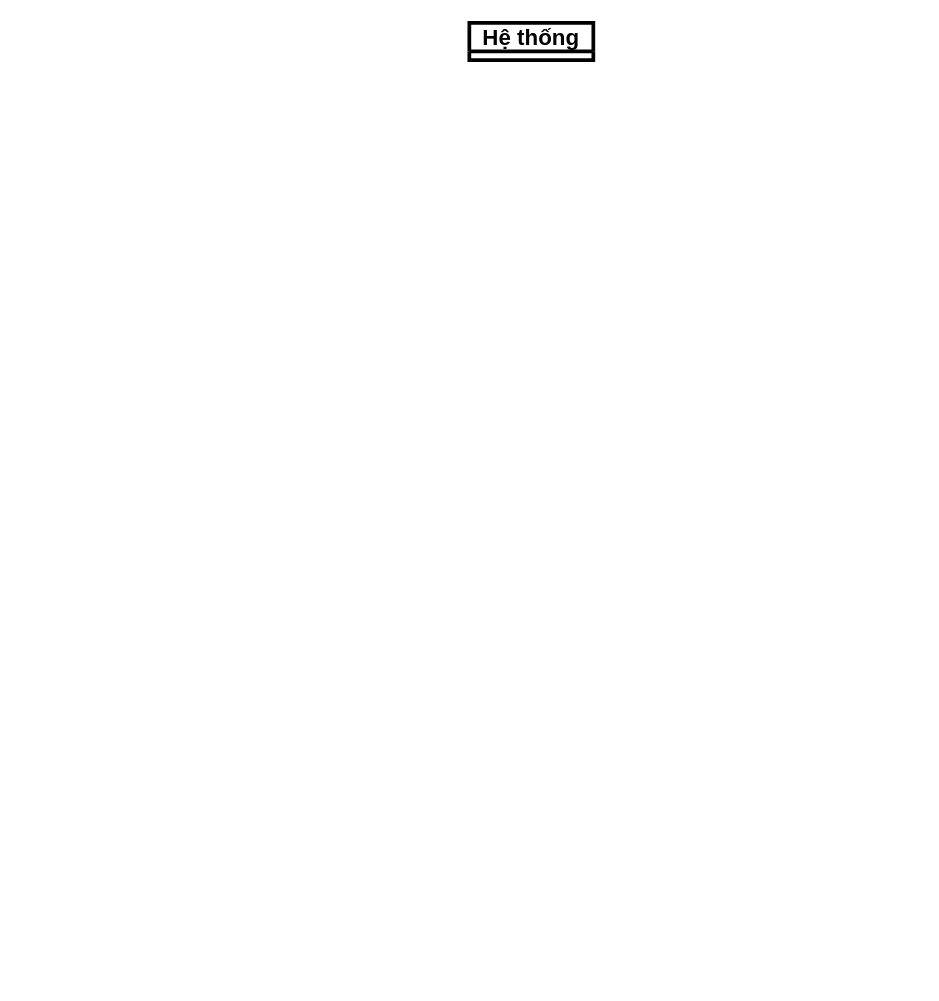
106210049/nckh keeps this draw.io diagram as page "Quản lý user" (12 of 13) of CNPM.drawio. Above is the earlier version. Source tidied: cells renumbered, new cells numbered last; positions are measured from the earlier drawing's top-left corner, leaving out a move shared by most shapes. Both pictures are drawn from the tidied source at 124%, with x=0, y=0 at pixel (469, 22).
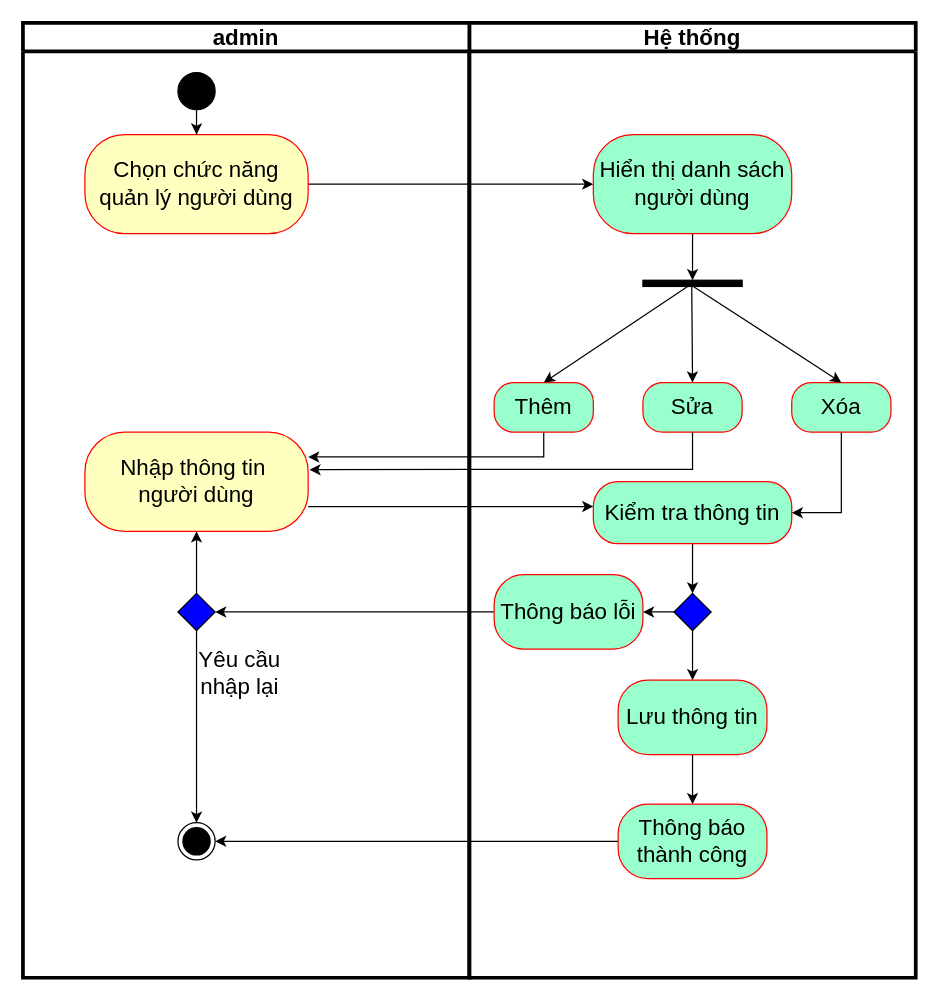
After the change.

What changed in the source:
```diff
@@
-    <mxCell id="2" value="Hệ thống" style="swimlane;whiteSpace=wrap;html=1;fontSize=18;strokeWidth=3;swimlaneLine=1;" parent="1" vertex="1" collapsed="1">
-      <mxGeometry width="100" height="30" as="geometry" />
+    <mxCell id="2" value="Hệ thống" style="swimlane;whiteSpace=wrap;html=1;fontSize=18;strokeWidth=3;swimlaneLine=1;" parent="1" vertex="1">
+      <mxGeometry width="360" height="770" as="geometry" />
     </mxCell>
+    <mxCell id="3" style="edgeStyle=orthogonalEdgeStyle;rounded=0;jettySize=auto;html=1;exitX=1;exitY=0.5;exitDx=0;exitDy=0;entryX=0;entryY=0.5;entryDx=0;entryDy=0;" parent="1" edge="1" source="4" target="6">
+      <mxGeometry relative="1" as="geometry" />
+    </mxCell>
+    <mxCell id="4" value="Chọn chức năng quản lý người dùng" style="rounded=1;whiteSpace=wrap;html=1;arcSize=40;fontColor=#000000;fillColor=#ffffc0;strokeColor=#ff0000;fontSize=18;" parent="1" vertex="1">
+      <mxGeometry x="-310" y="90" width="180" height="80" as="geometry" />
+    </mxCell>
+    <mxCell id="5" style="edgeStyle=orthogonalEdgeStyle;rounded=0;jettySize=auto;html=1;" parent="1" edge="1" source="6" target="7">
+      <mxGeometry relative="1" as="geometry" />
+    </mxCell>
+    <mxCell id="6" value="Hiển thị danh sách người dùng" style="rounded=1;whiteSpace=wrap;html=1;arcSize=40;fontColor=#000000;fillColor=#99FFCC;strokeColor=#ff0000;fontSize=18;" parent="1" vertex="1">
+      <mxGeometry x="100" y="90" width="160" height="80" as="geometry" />
+    </mxCell>
+    <mxCell id="7" style="html=1;points=[];perimeter=orthogonalPerimeter;fillColor=strokeColor;rotation=90;" parent="1" vertex="1">
+      <mxGeometry x="177.5" y="170" width="5" height="80" as="geometry" />
+    </mxCell>
+    <mxCell id="8" style="edgeStyle=orthogonalEdgeStyle;rounded=0;jettySize=auto;html=1;entryX=1;entryY=0.25;entryDx=0;entryDy=0;" parent="1" edge="1" source="9" target="16">
+      <mxGeometry relative="1" as="geometry">
+        <Array as="points">
+          <mxPoint x="60" y="350" />
+        </Array>
+      </mxGeometry>
+    </mxCell>
+    <mxCell id="9" value="Thêm" style="rounded=1;whiteSpace=wrap;html=1;arcSize=40;fontColor=#000000;fillColor=#99FFCC;strokeColor=#ff0000;fontSize=18;" parent="1" vertex="1">
+      <mxGeometry x="20" y="290" width="80" height="40" as="geometry" />
+    </mxCell>
+    <mxCell id="10" value="Sửa" style="rounded=1;whiteSpace=wrap;html=1;arcSize=40;fontColor=#000000;fillColor=#99FFCC;strokeColor=#ff0000;fontSize=18;" parent="1" vertex="1">
+      <mxGeometry x="140" y="290" width="80" height="40" as="geometry" />
+    </mxCell>
+    <mxCell id="11" style="edgeStyle=orthogonalEdgeStyle;rounded=0;jettySize=auto;html=1;entryX=1;entryY=0.5;entryDx=0;entryDy=0;" parent="1" edge="1" source="12" target="18">
+      <mxGeometry relative="1" as="geometry" />
+    </mxCell>
+    <mxCell id="12" value="Xóa" style="rounded=1;whiteSpace=wrap;html=1;arcSize=40;fontColor=#000000;fillColor=#99FFCC;strokeColor=#ff0000;fontSize=18;" parent="1" vertex="1">
+      <mxGeometry x="260" y="290" width="80" height="40" as="geometry" />
+    </mxCell>
+    <mxCell id="13" style="endArrow=classic;html=1;rounded=0;exitX=0.5;exitY=0.5;exitDx=0;exitDy=0;exitPerimeter=0;entryX=0.5;entryY=0;entryDx=0;entryDy=0;" parent="1" edge="1" source="7" target="9">
+      <mxGeometry relative="1" as="geometry" />
+    </mxCell>
+    <mxCell id="14" style="endArrow=classic;html=1;rounded=0;exitX=1.033;exitY=0.508;exitDx=0;exitDy=0;exitPerimeter=0;entryX=0.5;entryY=0;entryDx=0;entryDy=0;" parent="1" edge="1" source="7" target="10">
+      <mxGeometry relative="1" as="geometry" />
+    </mxCell>
+    <mxCell id="15" style="endArrow=classic;html=1;rounded=0;entryX=0.5;entryY=0;entryDx=0;entryDy=0;exitX=0.967;exitY=0.496;exitDx=0;exitDy=0;exitPerimeter=0;" parent="1" edge="1" source="7" target="12">
+      <mxGeometry relative="1" as="geometry" />
+    </mxCell>
+    <mxCell id="16" value="Nhập thông tin&amp;nbsp;&lt;div&gt;người dùng&lt;/div&gt;" style="rounded=1;whiteSpace=wrap;html=1;arcSize=40;fontColor=#000000;fillColor=#ffffc0;strokeColor=#ff0000;fontSize=18;" parent="1" vertex="1">
+      <mxGeometry x="-310" y="330" width="180" height="80" as="geometry" />
+    </mxCell>
+    <mxCell id="17" style="edgeStyle=orthogonalEdgeStyle;rounded=0;jettySize=auto;html=1;" parent="1" edge="1" source="18" target="23">
+      <mxGeometry relative="1" as="geometry" />
+    </mxCell>
+    <mxCell id="18" value="Kiểm tra thông tin" style="rounded=1;whiteSpace=wrap;html=1;arcSize=40;fontColor=#000000;fillColor=#99FFCC;strokeColor=#ff0000;fontSize=18;" parent="1" vertex="1">
+      <mxGeometry x="100" y="370" width="160" height="50" as="geometry" />
+    </mxCell>
+    <mxCell id="19" style="edgeStyle=orthogonalEdgeStyle;rounded=0;jettySize=auto;html=1;exitX=1;exitY=0.75;exitDx=0;exitDy=0;entryX=0;entryY=0.4;entryDx=0;entryDy=0;entryPerimeter=0;" parent="1" edge="1" source="16" target="18">
+      <mxGeometry relative="1" as="geometry" />
+    </mxCell>
+    <mxCell id="20" style="edgeStyle=orthogonalEdgeStyle;rounded=0;jettySize=auto;html=1;entryX=1.006;entryY=0.379;entryDx=0;entryDy=0;entryPerimeter=0;" parent="1" edge="1" source="10" target="16">
+      <mxGeometry relative="1" as="geometry">
+        <Array as="points">
+          <mxPoint x="180" y="360" />
+          <mxPoint x="5" y="360" />
+        </Array>
+      </mxGeometry>
+    </mxCell>
+    <mxCell id="21" style="edgeStyle=orthogonalEdgeStyle;rounded=0;jettySize=auto;html=1;" parent="1" edge="1" source="23" target="25">
+      <mxGeometry relative="1" as="geometry" />
+    </mxCell>
+    <mxCell id="22" style="edgeStyle=orthogonalEdgeStyle;rounded=0;jettySize=auto;html=1;" parent="1" edge="1" source="23" target="27">
+      <mxGeometry relative="1" as="geometry" />
+    </mxCell>
+    <mxCell id="23" style="rhombus;fillColor=#0000FF;fontSize=18;" parent="1" vertex="1">
+      <mxGeometry x="165" y="460" width="30" height="30" as="geometry" />
+    </mxCell>
+    <mxCell id="24" style="edgeStyle=orthogonalEdgeStyle;rounded=0;jettySize=auto;html=1;entryX=1;entryY=0.5;entryDx=0;entryDy=0;" parent="1" edge="1" source="25" target="32">
+      <mxGeometry relative="1" as="geometry" />
+    </mxCell>
+    <mxCell id="25" value="Thông báo lỗi" style="rounded=1;whiteSpace=wrap;html=1;arcSize=40;fontColor=#000000;fillColor=#99FFCC;strokeColor=#ff0000;fontSize=18;" parent="1" vertex="1">
+      <mxGeometry x="20" y="445" width="120" height="60" as="geometry" />
+    </mxCell>
+    <mxCell id="26" style="edgeStyle=orthogonalEdgeStyle;rounded=0;jettySize=auto;html=1;" parent="1" edge="1" source="27" target="29">
+      <mxGeometry relative="1" as="geometry" />
+    </mxCell>
+    <mxCell id="27" value="Lưu thông tin" style="rounded=1;whiteSpace=wrap;html=1;arcSize=40;fontColor=#000000;fillColor=#99FFCC;strokeColor=#ff0000;fontSize=18;" parent="1" vertex="1">
+      <mxGeometry x="120" y="530" width="120" height="60" as="geometry" />
+    </mxCell>
+    <mxCell id="28" style="edgeStyle=orthogonalEdgeStyle;rounded=0;jettySize=auto;html=1;entryX=1;entryY=0.5;entryDx=0;entryDy=0;" parent="1" edge="1" source="29" target="33">
+      <mxGeometry relative="1" as="geometry" />
+    </mxCell>
+    <mxCell id="29" value="Thông báo thành công" style="rounded=1;whiteSpace=wrap;html=1;arcSize=40;fontColor=#000000;fillColor=#99FFCC;strokeColor=#ff0000;fontSize=18;" parent="1" vertex="1">
+      <mxGeometry x="120" y="630" width="120" height="60" as="geometry" />
+    </mxCell>
+    <mxCell id="30" style="edgeStyle=orthogonalEdgeStyle;rounded=0;jettySize=auto;html=1;" parent="1" edge="1" source="32" target="16">
+      <mxGeometry relative="1" as="geometry" />
+    </mxCell>
+    <mxCell id="31" style="edgeStyle=orthogonalEdgeStyle;rounded=0;jettySize=auto;html=1;entryX=0.5;entryY=0;entryDx=0;entryDy=0;" parent="1" edge="1" source="32" target="33">
+      <mxGeometry relative="1" as="geometry" />
+    </mxCell>
+    <mxCell id="32" style="rhombus;fillColor=#0000FF;fontSize=18;" parent="1" vertex="1">
+      <mxGeometry x="-235" y="460" width="30" height="30" as="geometry" />
+    </mxCell>
+    <mxCell id="33" style="ellipse;html=1;shape=endState;fillColor=strokeColor;" parent="1" vertex="1">
+      <mxGeometry x="-235" y="645" width="30" height="30" as="geometry" />
+    </mxCell>
+    <mxCell id="34" value="&lt;font style=&quot;font-size: 18px;&quot;&gt;Yêu cầu nhập lại&lt;/font&gt;" style="text;strokeColor=none;align=center;fillColor=none;html=1;verticalAlign=middle;whiteSpace=wrap;rounded=0;" parent="1" vertex="1">
+      <mxGeometry x="-240" y="510" width="110" height="30" as="geometry" />
+    </mxCell>
+    <mxCell id="35" value="admin" style="swimlane;whiteSpace=wrap;html=1;fontSize=18;strokeWidth=3;swimlaneLine=1;" parent="1" vertex="1">
+      <mxGeometry x="-360" width="360" height="770" as="geometry" />
+    </mxCell>
+    <mxCell id="36" style="ellipse;fillColor=strokeColor;html=1;" parent="35" vertex="1">
+      <mxGeometry x="125" y="40" width="30" height="30" as="geometry" />
+    </mxCell>
+    <mxCell id="37" style="edgeStyle=orthogonalEdgeStyle;rounded=0;jettySize=auto;html=1;" parent="1" edge="1" source="36" target="4">
+      <mxGeometry relative="1" as="geometry" />
+    </mxCell>
```
